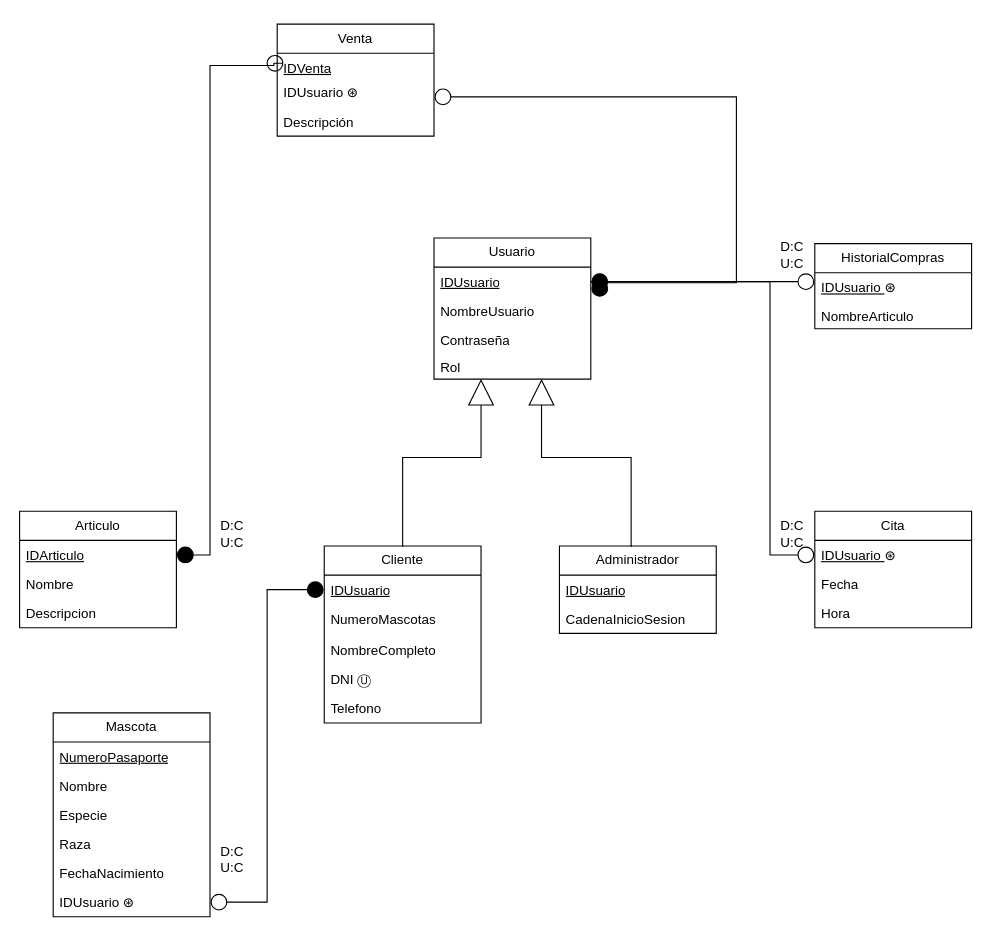
Before: etc/EDITABLES/VetTrackRelational.drawio in MateoGlzAlon/INGENIERIA-SOFTWARE-1, a draw.io diagram. Source tidied: cells renumbered, new cells numbered last; positions are measured from the earlier drawing's top-left corner, leaving out a move shared by most shapes. Both pictures are drawn from the tidied source at 112%, with x=0, y=0 at pixel (19, 24).
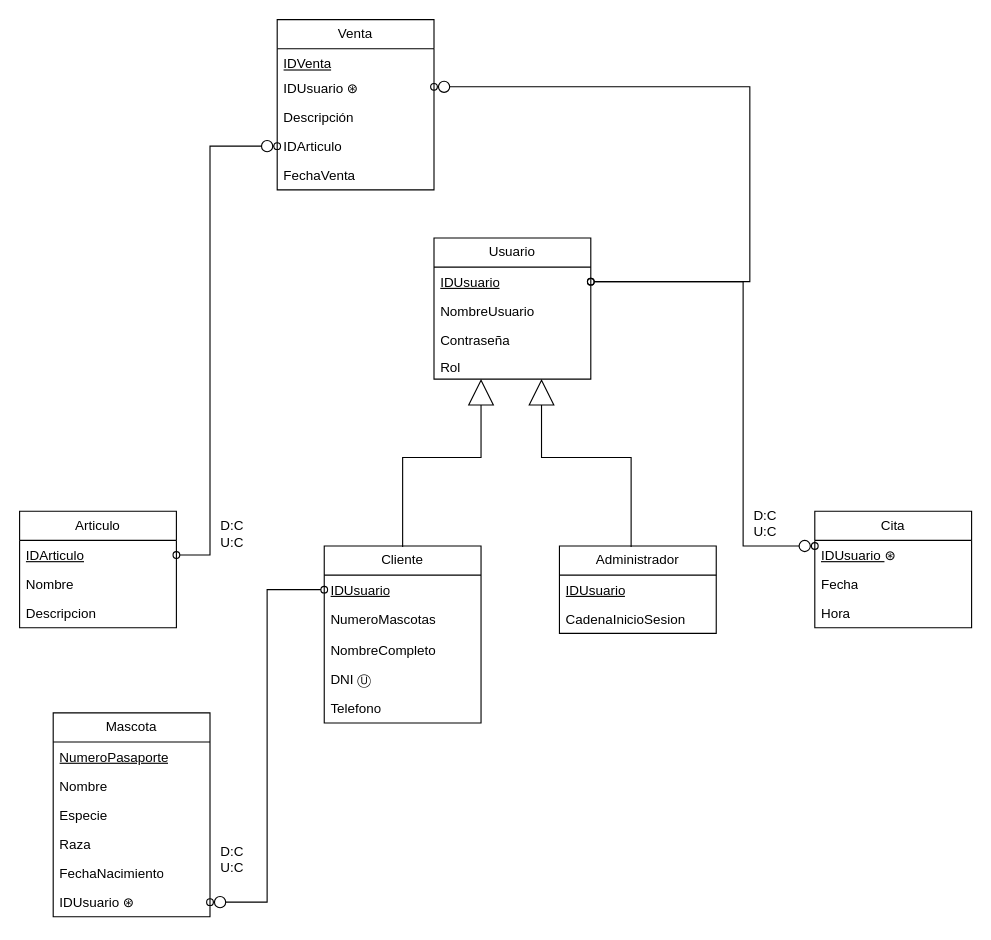
Above is the later version.

Commit message (it also covers changes not shown here):
Modificaciones esquemas

Unchanged cells that the change refers to:
```xml
<mxCell id="3" value="&lt;u&gt;IDUsuario&lt;/u&gt;" style="text;strokeColor=none;fillColor=none;align=left;verticalAlign=top;spacingLeft=4;spacingRight=4;overflow=hidden;points=[[0,0.5],[1,0.5]];portConstraint=eastwest;whiteSpace=wrap;html=1;" parent="2" vertex="1">
  <mxGeometry y="26" width="140" height="26" as="geometry" />
</mxCell>
<mxCell id="9" value="IDUsuario&amp;nbsp;⊛" style="text;strokeColor=none;fillColor=none;align=left;verticalAlign=top;spacingLeft=4;spacingRight=4;overflow=hidden;points=[[0,0.5],[1,0.5]];portConstraint=eastwest;whiteSpace=wrap;html=1;" parent="7" vertex="1">
  <mxGeometry y="48" width="140" height="26" as="geometry" />
</mxCell>
<mxCell id="17" value="IDUsuario ⊛" style="text;strokeColor=none;fillColor=none;align=left;verticalAlign=top;spacingLeft=4;spacingRight=4;overflow=hidden;points=[[0,0.5],[1,0.5]];portConstraint=eastwest;whiteSpace=wrap;html=1;" parent="11" vertex="1">
  <mxGeometry y="156" width="140" height="26" as="geometry" />
</mxCell>
<mxCell id="19" value="&lt;u&gt;IDArticulo&lt;/u&gt;" style="text;strokeColor=none;fillColor=none;align=left;verticalAlign=top;spacingLeft=4;spacingRight=4;overflow=hidden;points=[[0,0.5],[1,0.5]];portConstraint=eastwest;whiteSpace=wrap;html=1;" parent="18" vertex="1">
  <mxGeometry y="26" width="140" height="26" as="geometry" />
</mxCell>
<mxCell id="27" value="&lt;u&gt;IDUsuario&amp;nbsp;&lt;/u&gt;⊛" style="text;strokeColor=none;fillColor=none;align=left;verticalAlign=top;spacingLeft=4;spacingRight=4;overflow=hidden;points=[[0,0.5],[1,0.5]];portConstraint=eastwest;whiteSpace=wrap;html=1;" parent="26" vertex="1">
  <mxGeometry y="26" width="140" height="26" as="geometry" />
</mxCell>
<mxCell id="37" value="&lt;u&gt;IDUsuario&lt;/u&gt;" style="text;strokeColor=none;fillColor=none;align=left;verticalAlign=top;spacingLeft=4;spacingRight=4;overflow=hidden;points=[[0,0.5],[1,0.5]];portConstraint=eastwest;whiteSpace=wrap;html=1;" parent="36" vertex="1">
  <mxGeometry y="26" width="140" height="26" as="geometry" />
</mxCell>
```

What changed in the source:
```diff
@@
     <mxCell id="7" value="Venta" style="swimlane;fontStyle=0;horizontal=1;startSize=26;fillColor=none;whiteSpace=wrap;html=1;" parent="1" vertex="1">
-      <mxGeometry x="230" width="140" height="100" as="geometry" />
+      <mxGeometry x="230" y="-4" width="140" height="152" as="geometry" />
     </mxCell>
@@
+    <mxCell id="49" value="IDArticulo" style="text;strokeColor=none;fillColor=none;align=left;verticalAlign=top;spacingLeft=4;spacingRight=4;overflow=hidden;points=[[0,0.5],[1,0.5]];portConstraint=eastwest;whiteSpace=wrap;html=1;" parent="7" vertex="1">
+      <mxGeometry y="100" width="140" height="26" as="geometry" />
+    </mxCell>
+    <mxCell id="50" value="FechaVenta" style="text;strokeColor=none;fillColor=none;align=left;verticalAlign=top;spacingLeft=4;spacingRight=4;overflow=hidden;whiteSpace=wrap;html=1;" parent="7" vertex="1">
+      <mxGeometry y="126" width="140" height="26" as="geometry" />
+    </mxCell>
@@
-    <mxCell id="22" style="edgeStyle=orthogonalEdgeStyle;rounded=0;orthogonalLoop=1;jettySize=auto;html=1;endArrow=circle;endFill=0;startArrow=circle;startFill=1;exitX=1;exitY=0.5;exitDx=0;exitDy=0;" parent="1" edge="1">
+    <mxCell id="22" style="edgeStyle=orthogonalEdgeStyle;rounded=0;jettySize=auto;html=1;endArrow=oval;endFill=0;startArrow=oval;startFill=0;" parent="1" edge="1" source="3" target="9">
       <mxGeometry relative="1" as="geometry">
-        <mxPoint x="510" y="236" as="sourcePoint" />
-        <mxPoint x="370" y="65" as="targetPoint" />
         <Array as="points">
-          <mxPoint x="520" y="236" />
-          <mxPoint x="520" y="231" />
-          <mxPoint x="640" y="231" />
-          <mxPoint x="640" y="65" />
-          <mxPoint x="370" y="65" />
+          <mxPoint x="652" y="230" />
+          <mxPoint x="652" y="56" />
         </Array>
       </mxGeometry>
     </mxCell>
-    <mxCell id="23" value="HistorialCompras" style="swimlane;fontStyle=0;horizontal=1;startSize=26;fillColor=none;whiteSpace=wrap;html=1;" parent="1" vertex="1">
-      <mxGeometry x="710" y="196" width="140" height="76" as="geometry" />
-    </mxCell>
-    <mxCell id="24" value="&lt;u&gt;IDUsuario&amp;nbsp;&lt;/u&gt;⊛" style="text;strokeColor=none;fillColor=none;align=left;verticalAlign=top;spacingLeft=4;spacingRight=4;overflow=hidden;whiteSpace=wrap;html=1;" parent="23" vertex="1">
-      <mxGeometry y="26" width="140" height="26" as="geometry" />
-    </mxCell>
-    <mxCell id="25" value="NombreArticulo" style="text;align=left;verticalAlign=top;spacingLeft=4;spacingRight=4;overflow=hidden;whiteSpace=wrap;html=1;" parent="23" vertex="1">
-      <mxGeometry y="52" width="140" height="24" as="geometry" />
-    </mxCell>
@@
-    <mxCell id="30" style="edgeStyle=orthogonalEdgeStyle;rounded=0;jettySize=auto;html=1;endArrow=circle;endFill=0;startArrow=circle;startFill=1;" parent="1" edge="1" source="19">
+    <mxCell id="30" style="edgeStyle=orthogonalEdgeStyle;rounded=0;jettySize=auto;html=1;endArrow=oval;endFill=0;startArrow=oval;startFill=0;" parent="1" edge="1" source="19" target="49">
       <mxGeometry relative="1" as="geometry">
-        <mxPoint x="220" y="35" as="targetPoint" />
         <Array as="points">
           <mxPoint x="170" y="474" />
-          <mxPoint x="170" y="37" />
-          <mxPoint x="227" y="37" />
+          <mxPoint x="170" y="109" />
         </Array>
       </mxGeometry>
     </mxCell>
-    <mxCell id="31" style="edgeStyle=orthogonalEdgeStyle;rounded=0;jettySize=auto;html=1;entryX=0;entryY=0.5;entryDx=0;entryDy=0;endArrow=circle;endFill=0;startArrow=circle;startFill=1;" parent="1" edge="1" source="3" target="27">
+    <mxCell id="31" style="edgeStyle=orthogonalEdgeStyle;rounded=0;jettySize=auto;html=1;endArrow=oval;endFill=0;startArrow=oval;startFill=0;" parent="1" edge="1" source="3" target="27">
       <mxGeometry relative="1" as="geometry">
         <Array as="points">
-          <mxPoint x="670" y="230" />
-          <mxPoint x="670" y="474" />
+          <mxPoint x="646" y="230" />
+          <mxPoint x="646" y="466" />
         </Array>
       </mxGeometry>
     </mxCell>
-    <mxCell id="32" style="edgeStyle=orthogonalEdgeStyle;rounded=0;orthogonalLoop=1;jettySize=auto;html=1;entryX=0;entryY=0.5;entryDx=0;entryDy=0;endArrow=circle;endFill=0;" parent="1" edge="1">
-      <mxGeometry relative="1" as="geometry">
-        <mxPoint x="510" y="230" as="sourcePoint" />
-        <mxPoint x="710" y="230" as="targetPoint" />
-        <Array as="points">
-          <mxPoint x="550" y="230" />
-          <mxPoint x="550" y="230" />
-        </Array>
-      </mxGeometry>
-    </mxCell>
@@
-    <mxCell id="42" style="edgeStyle=orthogonalEdgeStyle;rounded=0;jettySize=auto;html=1;endArrow=circle;endFill=0;startArrow=circle;startFill=1;" parent="1" edge="1" source="37" target="17">
+    <mxCell id="42" style="edgeStyle=orthogonalEdgeStyle;rounded=0;jettySize=auto;html=1;endArrow=oval;endFill=0;startArrow=oval;startFill=0;" parent="1" edge="1" source="37" target="17">
       <mxGeometry relative="1" as="geometry" />
     </mxCell>
@@
     <mxCell id="46" value="D:C&lt;br&gt;U:C" style="whiteSpace=wrap;html=1;strokeColor=none;fillColor=none;" parent="1" vertex="1">
-      <mxGeometry x="630" y="425" width="120" height="60" as="geometry" />
+      <mxGeometry x="606" y="416" width="120" height="60" as="geometry" />
     </mxCell>
@@
-    <mxCell id="48" value="D:C&lt;br&gt;U:C" style="whiteSpace=wrap;html=1;strokeColor=none;fillColor=none;" parent="1" vertex="1">
-      <mxGeometry x="630" y="176" width="120" height="60" as="geometry" />
-    </mxCell>
+    <mxCell id="51" style="ellipse;whiteSpace=wrap;html=1;strokeColor=default;perimeterSpacing=8;" parent="1" vertex="1">
+      <mxGeometry x="374" y="51" width="10" height="10" as="geometry" />
+    </mxCell>
+    <mxCell id="52" style="ellipse;whiteSpace=wrap;html=1;strokeColor=default;perimeterSpacing=8;" parent="1" vertex="1">
+      <mxGeometry x="216" y="104" width="10" height="10" as="geometry" />
+    </mxCell>
+    <mxCell id="53" style="ellipse;whiteSpace=wrap;html=1;strokeColor=default;perimeterSpacing=8;" parent="1" vertex="1">
+      <mxGeometry x="174" y="779" width="10" height="10" as="geometry" />
+    </mxCell>
+    <mxCell id="54" style="ellipse;whiteSpace=wrap;html=1;strokeColor=default;perimeterSpacing=8;" parent="1" vertex="1">
+      <mxGeometry x="696" y="461" width="10" height="10" as="geometry" />
+    </mxCell>
```
